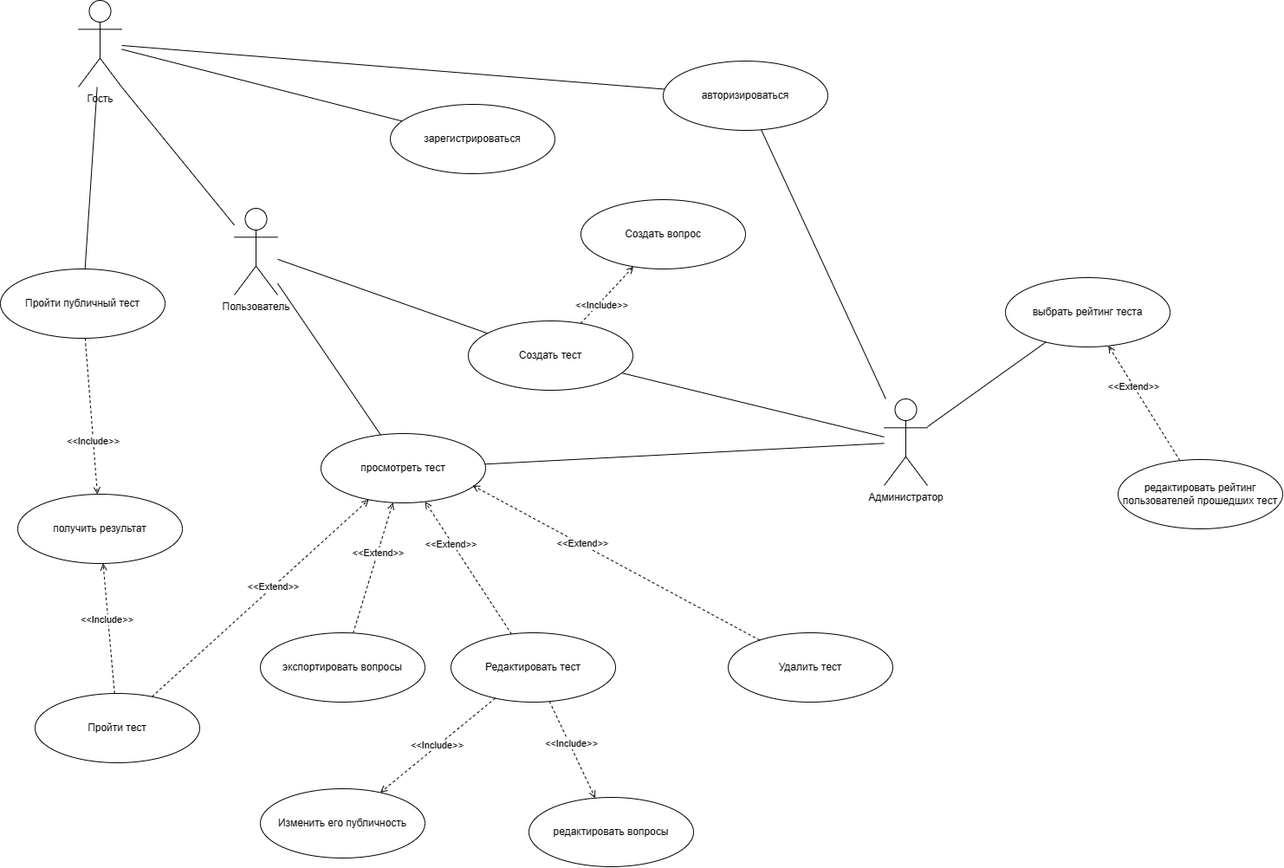
The draw.io diagram Diagrams/use case.png in alrx31/ExamineConstructor, before a commit. Source tidied: cells renumbered, new cells last; positions are measured from the earlier drawing's top-left corner, leaving out a move shared by most shapes.
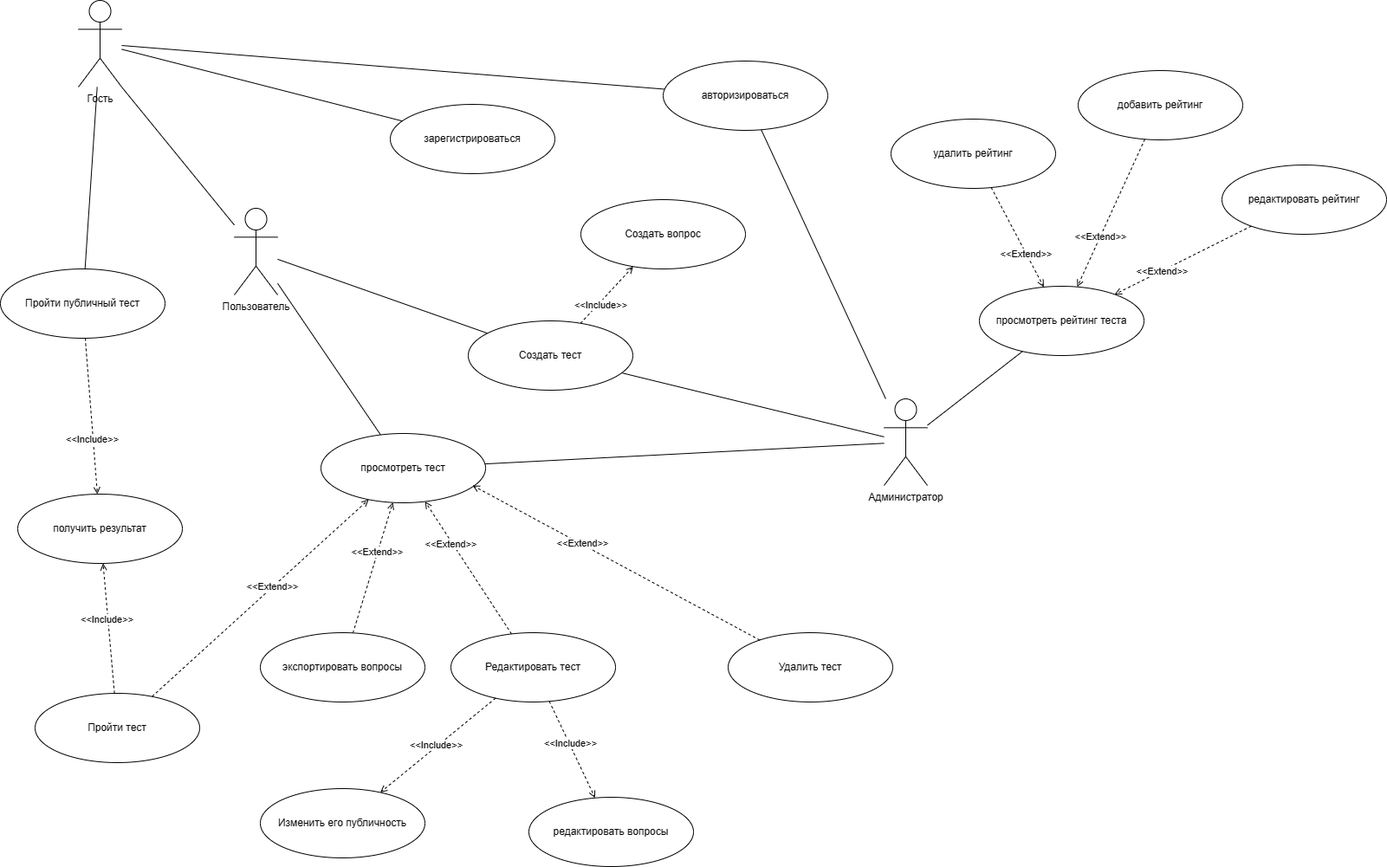
After the commit.

Change to the diagram source:
```diff
@@ -107,11 +107,11 @@
     <mxCell id="36" value="&amp;lt;&amp;lt;Extend&amp;gt;&amp;gt;" style="edgeLabel;html=1;align=center;verticalAlign=middle;" parent="35" vertex="1">
       <mxGeometry x="0.32" relative="1" as="geometry" />
     </mxCell>
-    <mxCell id="37" value="редактировать рейтинг пользователей прошедших тест" style="ellipse;whiteSpace=wrap;html=1;" parent="1" vertex="1">
-      <mxGeometry x="1290" y="530" width="190" height="80" as="geometry" />
+    <mxCell id="37" value="редактировать рейтинг" style="ellipse;whiteSpace=wrap;html=1;" parent="1" vertex="1">
+      <mxGeometry x="1410" y="190" width="190" height="80" as="geometry" />
     </mxCell>
-    <mxCell id="38" value="выбрать рейтинг теста" style="ellipse;whiteSpace=wrap;html=1;" parent="1" vertex="1">
-      <mxGeometry x="1160" y="320" width="190" height="80" as="geometry" />
+    <mxCell id="38" value="просмотреть рейтинг теста" style="ellipse;whiteSpace=wrap;html=1;" parent="1" vertex="1">
+      <mxGeometry x="1130" y="330" width="190" height="80" as="geometry" />
     </mxCell>
     <mxCell id="39" value="получить результат" style="ellipse;whiteSpace=wrap;html=1;" parent="1" vertex="1">
       <mxGeometry x="20" y="570" width="190" height="80" as="geometry" />
@@ -148,5 +148,23 @@
         <mxPoint x="1" as="offset" />
       </mxGeometry>
     </mxCell>
+    <mxCell id="50" value="удалить рейтинг" style="ellipse;whiteSpace=wrap;html=1;" parent="1" vertex="1">
+      <mxGeometry x="1028" y="137" width="190" height="80" as="geometry" />
+    </mxCell>
+    <mxCell id="51" style="rounded=0;jettySize=auto;html=1;dashed=1;endArrow=open;endFill=0;" parent="1" edge="1" source="50" target="38">
+      <mxGeometry relative="1" as="geometry" />
+    </mxCell>
+    <mxCell id="52" value="&amp;lt;&amp;lt;Extend&amp;gt;&amp;gt;" style="edgeLabel;html=1;align=center;verticalAlign=middle;" parent="51" vertex="1">
+      <mxGeometry x="0.32" relative="1" as="geometry" />
+    </mxCell>
+    <mxCell id="53" value="добавить рейтинг" style="ellipse;whiteSpace=wrap;html=1;" parent="1" vertex="1">
+      <mxGeometry x="1244" y="81" width="190" height="80" as="geometry" />
+    </mxCell>
+    <mxCell id="54" style="rounded=0;jettySize=auto;html=1;dashed=1;endArrow=open;endFill=0;" parent="1" edge="1" source="53" target="38">
+      <mxGeometry relative="1" as="geometry" />
+    </mxCell>
+    <mxCell id="55" value="&amp;lt;&amp;lt;Extend&amp;gt;&amp;gt;" style="edgeLabel;html=1;align=center;verticalAlign=middle;" parent="54" vertex="1">
+      <mxGeometry x="0.32" relative="1" as="geometry" />
+    </mxCell>
   </root>
 </mxGraphModel>
```
